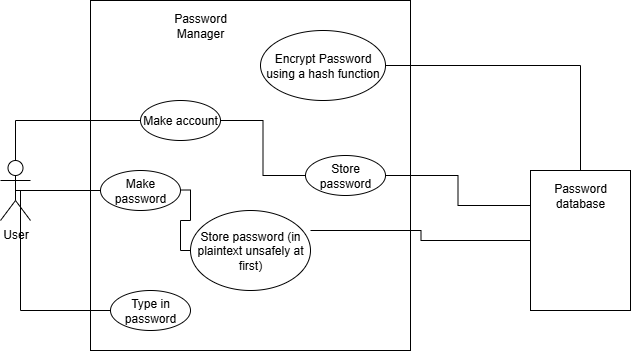
Earlier version of the draw.io export Design.drawio.png (mylesmangum/PasswordProtector). Source tidied: cells renumbered, new cells last; positions are measured from the earlier drawing's top-left corner, leaving out a move shared by most shapes.
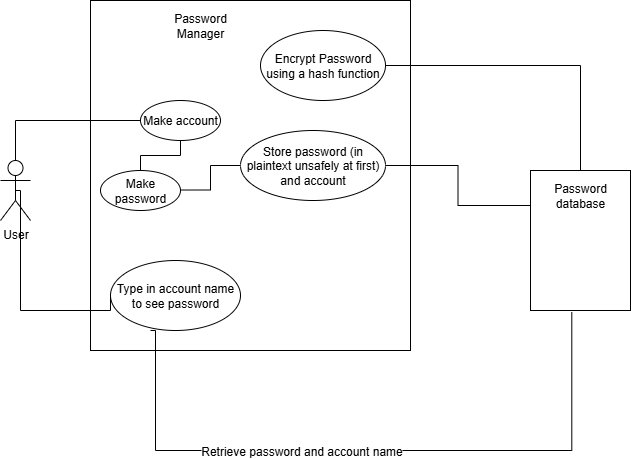
Later version of the same file.

Commit message:
Update UML diagram

What changed in the source:
```diff
@@ -14,8 +14,8 @@
     <mxCell id="5" value="Make password" style="ellipse;whiteSpace=wrap;html=1;" parent="1" vertex="1">
       <mxGeometry x="100" y="170" width="80" height="40" as="geometry" />
     </mxCell>
-    <mxCell id="6" value="Type in password" style="ellipse;whiteSpace=wrap;html=1;" parent="1" vertex="1">
-      <mxGeometry x="110" y="290" width="80" height="40" as="geometry" />
+    <mxCell id="6" value="Type in account name to see password" style="ellipse;whiteSpace=wrap;html=1;" parent="1" vertex="1">
+      <mxGeometry x="110" y="260" width="130" height="70" as="geometry" />
     </mxCell>
     <mxCell id="7" style="html=1;whiteSpace=wrap;" parent="1" vertex="1">
       <mxGeometry x="530" y="170" width="100" height="140" as="geometry" />
@@ -23,19 +23,16 @@
     <mxCell id="8" value="Password database" style="text;html=1;align=center;verticalAlign=middle;whiteSpace=wrap;rounded=0;" parent="1" vertex="1">
       <mxGeometry x="550" y="180" width="60" height="30" as="geometry" />
     </mxCell>
-    <mxCell id="9" style="endArrow=none;html=1;edgeStyle=orthogonalEdgeStyle;rounded=0;entryX=0;entryY=0.5;entryDx=0;entryDy=0;exitX=1;exitY=0.488;exitDx=0;exitDy=0;exitPerimeter=0;" parent="1" edge="1" source="5" target="10">
+    <mxCell id="9" style="endArrow=none;html=1;edgeStyle=orthogonalEdgeStyle;rounded=0;entryX=0;entryY=0.5;entryDx=0;entryDy=0;exitX=1;exitY=0.488;exitDx=0;exitDy=0;exitPerimeter=0;" parent="1" edge="1" source="5" target="19">
       <mxGeometry relative="1" as="geometry" />
     </mxCell>
-    <mxCell id="10" value="Store password (in plaintext unsafely at first)" style="ellipse;whiteSpace=wrap;html=1;" parent="1" vertex="1">
-      <mxGeometry x="190" y="210" width="120" height="80" as="geometry" />
-    </mxCell>
-    <mxCell id="11" style="endArrow=none;html=1;edgeStyle=orthogonalEdgeStyle;rounded=0;" parent="1" edge="1" target="7">
-      <mxGeometry relative="1" as="geometry">
-        <mxPoint x="310" y="230" as="sourcePoint" />
-      </mxGeometry>
-    </mxCell>
-    <mxCell id="12" style="endArrow=none;html=1;edgeStyle=orthogonalEdgeStyle;rounded=0;entryX=0;entryY=0.5;entryDx=0;entryDy=0;exitX=0.5;exitY=0.5;exitDx=0;exitDy=0;exitPerimeter=0;" parent="1" edge="1" source="2" target="5">
-      <mxGeometry relative="1" as="geometry" />
+    <mxCell id="12" style="endArrow=none;html=1;edgeStyle=orthogonalEdgeStyle;rounded=0;entryX=0.5;entryY=0;entryDx=0;entryDy=0;exitX=0.5;exitY=1;exitDx=0;exitDy=0;" parent="1" edge="1" source="16" target="5">
+      <mxGeometry relative="1" as="geometry">
+        <Array as="points">
+          <mxPoint x="180" y="155" />
+          <mxPoint x="140" y="155" />
+        </Array>
+      </mxGeometry>
     </mxCell>
     <mxCell id="13" style="endArrow=none;html=1;edgeStyle=orthogonalEdgeStyle;rounded=0;entryX=0;entryY=0.5;entryDx=0;entryDy=0;exitX=0.5;exitY=0.5;exitDx=0;exitDy=0;exitPerimeter=0;" parent="1" edge="1" source="2" target="6">
       <mxGeometry relative="1" as="geometry">
@@ -57,14 +54,26 @@
     <mxCell id="17" style="endArrow=none;html=1;edgeStyle=orthogonalEdgeStyle;rounded=0;entryX=0;entryY=0.5;entryDx=0;entryDy=0;exitX=0.5;exitY=0;exitDx=0;exitDy=0;exitPerimeter=0;" parent="1" edge="1" source="2" target="16">
       <mxGeometry relative="1" as="geometry" />
     </mxCell>
-    <mxCell id="18" style="endArrow=none;html=1;edgeStyle=orthogonalEdgeStyle;rounded=0;exitX=1;exitY=0.5;exitDx=0;exitDy=0;entryX=0;entryY=0.5;entryDx=0;entryDy=0;" parent="1" edge="1" source="16" target="19">
-      <mxGeometry relative="1" as="geometry" />
-    </mxCell>
-    <mxCell id="19" value="Store password" style="ellipse;whiteSpace=wrap;html=1;" parent="1" vertex="1">
-      <mxGeometry x="305" y="155" width="80" height="40" as="geometry" />
+    <mxCell id="19" value="Store password (in plaintext unsafely at first) and account" style="ellipse;whiteSpace=wrap;html=1;" parent="1" vertex="1">
+      <mxGeometry x="240" y="130" width="145" height="70" as="geometry" />
     </mxCell>
     <mxCell id="20" style="endArrow=none;html=1;edgeStyle=orthogonalEdgeStyle;rounded=0;exitX=1;exitY=0.5;exitDx=0;exitDy=0;entryX=0;entryY=0.25;entryDx=0;entryDy=0;" parent="1" edge="1" source="19" target="7">
       <mxGeometry relative="1" as="geometry" />
     </mxCell>
+    <mxCell id="21" style="endArrow=none;html=1;edgeStyle=orthogonalEdgeStyle;rounded=0;entryX=0.413;entryY=1.011;entryDx=0;entryDy=0;exitX=0.5;exitY=0.5;exitDx=0;exitDy=0;exitPerimeter=0;entryPerimeter=0;" parent="1" edge="1" target="7">
+      <mxGeometry relative="1" as="geometry">
+        <mxPoint x="150" y="330" as="sourcePoint" />
+        <Array as="points">
+          <mxPoint x="155" y="330" />
+          <mxPoint x="155" y="450" />
+          <mxPoint x="571" y="450" />
+        </Array>
+      </mxGeometry>
+    </mxCell>
+    <mxCell id="22" value="&lt;font style=&quot;font-size: 12px;&quot;&gt;Retrieve password and account name&lt;/font&gt;" style="edgeLabel;html=1;align=center;verticalAlign=middle;" parent="21" vertex="1">
+      <mxGeometry x="-0.46" y="4" relative="1" as="geometry">
+        <mxPoint x="87" y="4" as="offset" />
+      </mxGeometry>
+    </mxCell>
   </root>
 </mxGraphModel>
```
